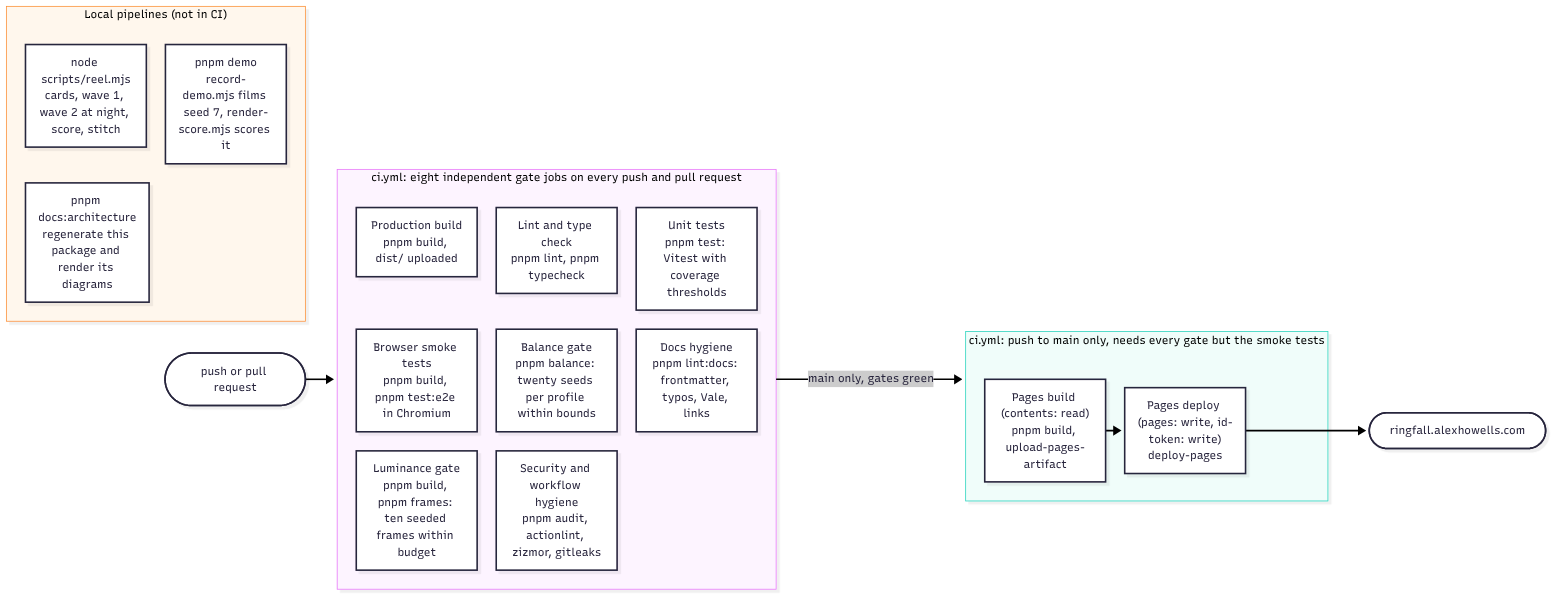
Earlier version of the Mermaid export docs/architecture/render/build.png (agh/ringfall). Its source is kept beside it as docs/architecture/diagrams/build.mmd.
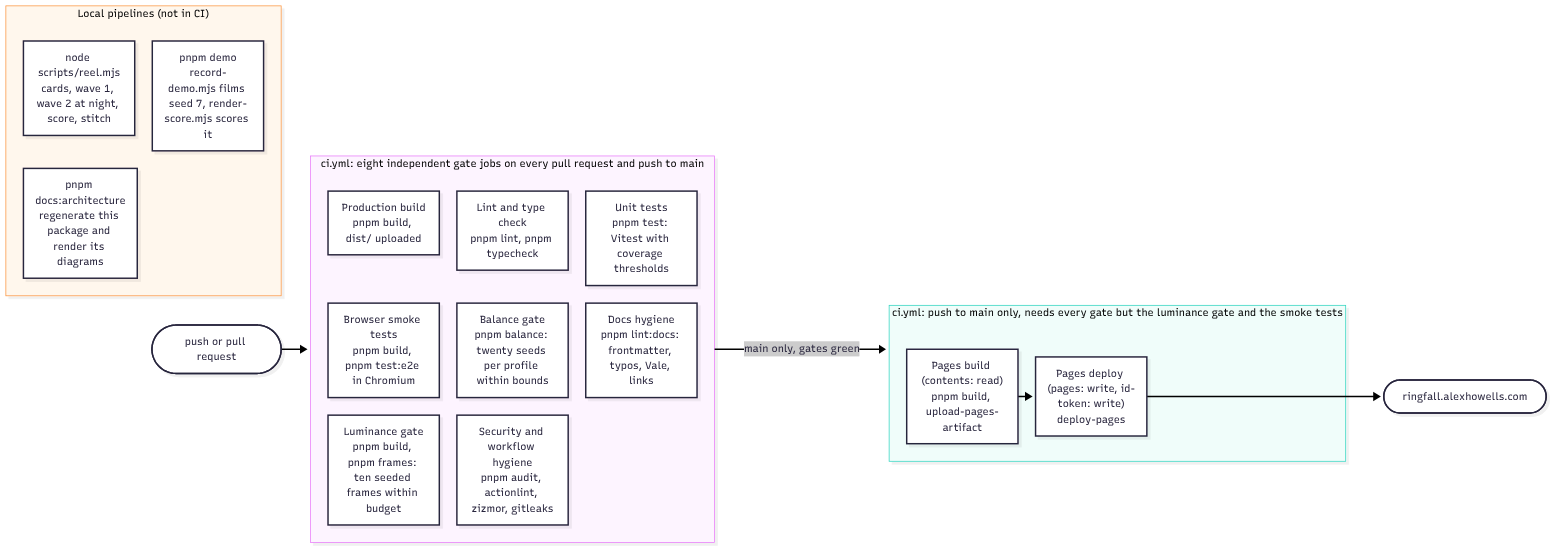
Later version of the same file.

Change to the diagram source:
```diff
@@ -1,7 +1,7 @@
 %%{init: {"flowchart": {"curve": "basis"}} }%%
 flowchart LR
   push(["push or pull request"])
-  subgraph ciwf["ci.yml: eight independent gate jobs on every push and pull request"]
+  subgraph ciwf["ci.yml: eight independent gate jobs on every pull request and push to main"]
     direction TB
     lint["Lint and type check<br/>pnpm lint, pnpm typecheck"]
     unit["Unit tests<br/>pnpm test: Vitest with coverage thresholds"]
@@ -12,7 +12,7 @@
     docs["Docs hygiene<br/>pnpm lint:docs: frontmatter, typos, Vale, links"]
     security["Security and workflow hygiene<br/>pnpm audit, actionlint, zizmor, gitleaks"]
   end
-  subgraph pagewf["ci.yml: push to main only, needs every gate but the smoke tests"]
+  subgraph pagewf["ci.yml: push to main only, needs every gate but the luminance gate and the smoke tests"]
     direction TB
     pbuild["Pages build (contents: read)<br/>pnpm build, upload-pages-artifact"]
     pdeploy["Pages deploy (pages: write, id-token: write)<br/>deploy-pages"]
```
